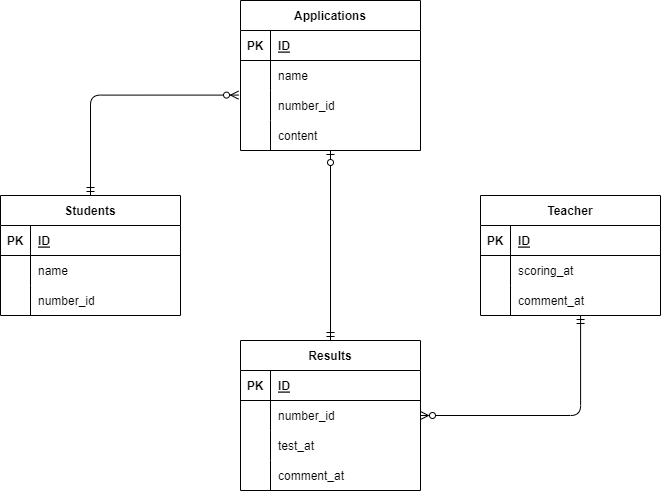
This is index.drawio.png from masshii/datebasesekkei-enshuumondai, a draw.io export, as it was before one commit. Source tidied: cells renumbered, new cells last; positions are measured from the earlier drawing's top-left corner, leaving out a move shared by most shapes.
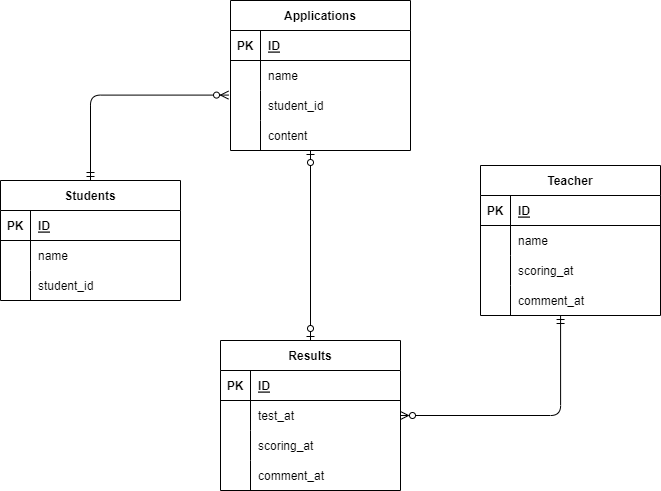
Later version of the same file.

Change to the diagram source:
```diff
@@ -3,7 +3,7 @@
     <mxCell id="0" />
     <mxCell id="1" parent="0" />
     <mxCell id="2" value="Applications" style="shape=table;startSize=30;rowLines=0;fontStyle=1;align=center;" parent="1" vertex="1">
-      <mxGeometry x="240" width="180" height="150" as="geometry" />
+      <mxGeometry x="250" width="180" height="150" as="geometry" />
     </mxCell>
     <mxCell id="3" style="shape=partialRectangle;fillColor=none;top=0;left=0;bottom=1;right=0;" parent="2" vertex="1">
       <mxGeometry y="30" width="180" height="30" as="geometry" />
@@ -29,7 +29,7 @@
     <mxCell id="10" style="shape=partialRectangle;fillColor=none;top=0;left=0;bottom=0;right=0;overflow=hidden;" parent="9" vertex="1">
       <mxGeometry width="30" height="30" as="geometry" />
     </mxCell>
-    <mxCell id="11" value="number_id" style="shape=partialRectangle;fillColor=none;top=0;left=0;bottom=0;right=0;align=left;spacingLeft=6;overflow=hidden;" parent="9" vertex="1">
+    <mxCell id="11" value="student_id" style="shape=partialRectangle;fillColor=none;top=0;left=0;bottom=0;right=0;align=left;spacingLeft=6;overflow=hidden;" parent="9" vertex="1">
       <mxGeometry x="30" width="150" height="30" as="geometry" />
     </mxCell>
     <mxCell id="12" style="shape=partialRectangle;fillColor=none;top=0;left=0;bottom=0;right=0;" parent="2" vertex="1">
@@ -45,7 +45,7 @@
       <mxGeometry relative="1" as="geometry" />
     </mxCell>
     <mxCell id="16" value="Students" style="shape=table;startSize=30;rowLines=0;fontStyle=1;align=center;" parent="1" vertex="1">
-      <mxGeometry y="195" width="180" height="120" as="geometry" />
+      <mxGeometry x="20" y="180" width="180" height="120" as="geometry" />
     </mxCell>
     <mxCell id="17" style="shape=partialRectangle;fillColor=none;top=0;left=0;bottom=1;right=0;" parent="16" vertex="1">
       <mxGeometry y="30" width="180" height="30" as="geometry" />
@@ -71,10 +71,10 @@
     <mxCell id="24" style="shape=partialRectangle;fillColor=none;top=0;left=0;bottom=0;right=0;overflow=hidden;" parent="23" vertex="1">
       <mxGeometry width="30" height="30" as="geometry" />
     </mxCell>
-    <mxCell id="25" value="number_id" style="shape=partialRectangle;fillColor=none;top=0;left=0;bottom=0;right=0;align=left;spacingLeft=6;overflow=hidden;" parent="23" vertex="1">
+    <mxCell id="25" value="student_id" style="shape=partialRectangle;fillColor=none;top=0;left=0;bottom=0;right=0;align=left;spacingLeft=6;overflow=hidden;" parent="23" vertex="1">
       <mxGeometry x="30" width="150" height="30" as="geometry" />
     </mxCell>
-    <mxCell id="26" style="edgeStyle=none;html=1;exitX=0.5;exitY=0;exitDx=0;exitDy=0;startArrow=ERmandOne;startFill=0;endArrow=ERzeroToOne;endFill=0;" parent="1" edge="1" source="27">
+    <mxCell id="26" style="edgeStyle=none;html=1;exitX=0.5;exitY=0;exitDx=0;exitDy=0;startArrow=ERzeroToOne;startFill=0;endArrow=ERzeroToOne;endFill=0;" parent="1" edge="1" source="27">
       <mxGeometry relative="1" as="geometry">
         <mxPoint x="330" y="150" as="targetPoint" />
       </mxGeometry>
@@ -91,17 +91,8 @@
     <mxCell id="30" value="ID" style="shape=partialRectangle;fillColor=none;top=0;left=0;bottom=0;right=0;align=left;spacingLeft=6;fontStyle=5;overflow=hidden;" parent="28" vertex="1">
       <mxGeometry x="30" width="150" height="30" as="geometry" />
     </mxCell>
-    <mxCell id="31" style="shape=partialRectangle;fillColor=none;top=0;left=0;bottom=0;right=0;points=[[0,0.5],[1,0.5]];portConstraint=eastwest;" parent="27" vertex="1">
-      <mxGeometry y="60" width="180" height="30" as="geometry" />
-    </mxCell>
-    <mxCell id="32" style="shape=partialRectangle;fillColor=none;top=0;left=0;bottom=0;right=0;overflow=hidden;" parent="31" vertex="1">
-      <mxGeometry width="30" height="30" as="geometry" />
-    </mxCell>
-    <mxCell id="33" value="number_id" style="shape=partialRectangle;fillColor=none;top=0;left=0;bottom=0;right=0;align=left;spacingLeft=6;overflow=hidden;" parent="31" vertex="1">
-      <mxGeometry x="30" width="150" height="30" as="geometry" />
-    </mxCell>
     <mxCell id="34" style="shape=partialRectangle;fillColor=none;top=0;left=0;bottom=0;right=0;" parent="27" vertex="1">
-      <mxGeometry y="90" width="180" height="30" as="geometry" />
+      <mxGeometry y="60" width="180" height="30" as="geometry" />
     </mxCell>
     <mxCell id="35" style="shape=partialRectangle;fillColor=none;top=0;left=0;bottom=0;right=0;overflow=hidden;" parent="34" vertex="1">
       <mxGeometry width="30" height="30" as="geometry" />
@@ -109,17 +100,26 @@
     <mxCell id="36" value="test_at" style="shape=partialRectangle;fillColor=none;top=0;left=0;bottom=0;right=0;align=left;spacingLeft=6;overflow=hidden;" parent="34" vertex="1">
       <mxGeometry x="30" width="150" height="30" as="geometry" />
     </mxCell>
-    <mxCell id="37" style="shape=partialRectangle;fillColor=none;top=0;left=0;bottom=0;right=0;" parent="27" vertex="1">
-      <mxGeometry y="120" width="180" height="30" as="geometry" />
-    </mxCell>
-    <mxCell id="38" style="shape=partialRectangle;fillColor=none;top=0;left=0;bottom=0;right=0;overflow=hidden;" parent="37" vertex="1">
-      <mxGeometry width="30" height="30" as="geometry" />
-    </mxCell>
-    <mxCell id="39" value="comment_at" style="shape=partialRectangle;fillColor=none;top=0;left=0;bottom=0;right=0;align=left;spacingLeft=6;overflow=hidden;" parent="37" vertex="1">
-      <mxGeometry x="30" width="150" height="30" as="geometry" />
-    </mxCell>
+    <mxCell id="51" style="shape=partialRectangle;fillColor=none;top=0;left=0;bottom=0;right=0;" parent="27" vertex="1">
+      <mxGeometry y="90" width="180" height="30" as="geometry" />
+    </mxCell>
+    <mxCell id="52" style="shape=partialRectangle;fillColor=none;top=0;left=0;bottom=0;right=0;overflow=hidden;" parent="51" vertex="1">
+      <mxGeometry width="30" height="30" as="geometry" />
+    </mxCell>
+    <mxCell id="53" value="scoring_at" style="shape=partialRectangle;fillColor=none;top=0;left=0;bottom=0;right=0;align=left;spacingLeft=6;overflow=hidden;" parent="51" vertex="1">
+      <mxGeometry x="30" width="150" height="30" as="geometry" />
+    </mxCell>
+    <mxCell id="54" style="shape=partialRectangle;fillColor=none;top=0;left=0;bottom=0;right=0;" parent="27" vertex="1">
+      <mxGeometry y="120" width="180" height="30" as="geometry" />
+    </mxCell>
+    <mxCell id="55" style="shape=partialRectangle;fillColor=none;top=0;left=0;bottom=0;right=0;overflow=hidden;" parent="54" vertex="1">
+      <mxGeometry width="30" height="30" as="geometry" />
+    </mxCell>
+    <mxCell id="56" value="comment_at" style="shape=partialRectangle;fillColor=none;top=0;left=0;bottom=0;right=0;align=left;spacingLeft=6;overflow=hidden;" parent="54" vertex="1">
+      <mxGeometry x="30" width="150" height="30" as="geometry" />
+    </mxCell>
     <mxCell id="40" value="Teacher" style="shape=table;startSize=30;rowLines=0;fontStyle=1;align=center;" parent="1" vertex="1">
-      <mxGeometry x="480" y="195" width="180" height="120" as="geometry" />
+      <mxGeometry x="500" y="165" width="180" height="150" as="geometry" />
     </mxCell>
     <mxCell id="41" style="shape=partialRectangle;fillColor=none;top=0;left=0;bottom=1;right=0;" parent="40" vertex="1">
       <mxGeometry y="30" width="180" height="30" as="geometry" />
@@ -136,20 +136,32 @@
     <mxCell id="45" style="shape=partialRectangle;fillColor=none;top=0;left=0;bottom=0;right=0;overflow=hidden;" parent="44" vertex="1">
       <mxGeometry width="30" height="30" as="geometry" />
     </mxCell>
-    <mxCell id="46" value="scoring_at" style="shape=partialRectangle;fillColor=none;top=0;left=0;bottom=0;right=0;align=left;spacingLeft=6;overflow=hidden;" parent="44" vertex="1">
+    <mxCell id="46" value="name" style="shape=partialRectangle;fillColor=none;top=0;left=0;bottom=0;right=0;align=left;spacingLeft=6;overflow=hidden;" parent="44" vertex="1">
       <mxGeometry x="30" width="150" height="30" as="geometry" />
     </mxCell>
-    <mxCell id="47" style="shape=partialRectangle;fillColor=none;top=0;left=0;bottom=0;right=0;points=[[0,0.5],[1,0.5]];portConstraint=eastwest;" parent="40" vertex="1">
-      <mxGeometry y="90" width="180" height="30" as="geometry" />
-    </mxCell>
-    <mxCell id="48" style="shape=partialRectangle;fillColor=none;top=0;left=0;bottom=0;right=0;overflow=hidden;" parent="47" vertex="1">
-      <mxGeometry width="30" height="30" as="geometry" />
-    </mxCell>
-    <mxCell id="49" value="comment_at" style="shape=partialRectangle;fillColor=none;top=0;left=0;bottom=0;right=0;align=left;spacingLeft=6;overflow=hidden;" parent="47" vertex="1">
-      <mxGeometry x="30" width="150" height="30" as="geometry" />
-    </mxCell>
+    <mxCell id="57" style="shape=partialRectangle;fillColor=none;top=0;left=0;bottom=0;right=0;" parent="40" vertex="1">
+      <mxGeometry y="90" width="180" height="30" as="geometry" />
+    </mxCell>
+    <mxCell id="58" style="shape=partialRectangle;fillColor=none;top=0;left=0;bottom=0;right=0;overflow=hidden;" parent="57" vertex="1">
+      <mxGeometry width="30" height="30" as="geometry" />
+    </mxCell>
+    <mxCell id="59" value="scoring_at" style="shape=partialRectangle;fillColor=none;top=0;left=0;bottom=0;right=0;align=left;spacingLeft=6;overflow=hidden;" parent="57" vertex="1">
+      <mxGeometry x="30" width="150" height="30" as="geometry" />
+    </mxCell>
+    <mxCell id="60" style="shape=partialRectangle;fillColor=none;top=0;left=0;bottom=0;right=0;" parent="40" vertex="1">
+      <mxGeometry y="120" width="180" height="30" as="geometry" />
+    </mxCell>
+    <mxCell id="61" style="shape=partialRectangle;fillColor=none;top=0;left=0;bottom=0;right=0;overflow=hidden;" parent="60" vertex="1">
+      <mxGeometry width="30" height="30" as="geometry" />
+    </mxCell>
+    <mxCell id="62" value="comment_at" style="shape=partialRectangle;fillColor=none;top=0;left=0;bottom=0;right=0;align=left;spacingLeft=6;overflow=hidden;" parent="60" vertex="1">
+      <mxGeometry x="30" width="150" height="30" as="geometry" />
+    </mxCell>
-    <mxCell id="50" style="edgeStyle=orthogonalEdgeStyle;html=1;exitX=1;exitY=0.5;exitDx=0;exitDy=0;startArrow=ERzeroToMany;startFill=0;endArrow=ERmandOne;endFill=0;entryX=0.556;entryY=1;entryDx=0;entryDy=0;entryPerimeter=0;" parent="1" edge="1" source="31" target="47">
-      <mxGeometry relative="1" as="geometry" />
+    <mxCell id="50" style="edgeStyle=orthogonalEdgeStyle;html=1;exitX=1;exitY=0.5;exitDx=0;exitDy=0;startArrow=ERzeroToMany;startFill=0;endArrow=ERmandOne;endFill=0;entryX=0.556;entryY=1;entryDx=0;entryDy=0;entryPerimeter=0;" parent="1" edge="1">
+      <mxGeometry relative="1" as="geometry">
+        <mxPoint x="420" y="415" as="sourcePoint" />
+        <mxPoint x="580.1" y="315" as="targetPoint" />
+      </mxGeometry>
     </mxCell>
   </root>
 </mxGraphModel>
```
